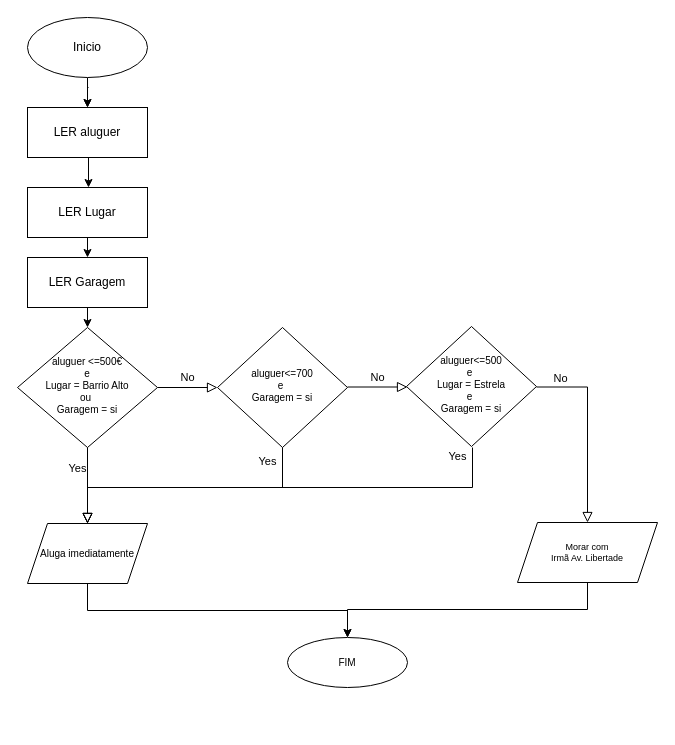
This is page "8.10 Rita aluguer" (6 of 7) of Lab 1.1  Fluxograma.drawio from Veronica-Sierralta/aprendiendo-redes, a draw.io file, before an edit. Source tidied: cells renumbered, new cells numbered last; positions are measured from the earlier drawing's top-left corner, leaving out a move shared by most shapes. Both pictures are drawn from the tidied source at 100%, with x=0, y=0 at pixel (17, 17).
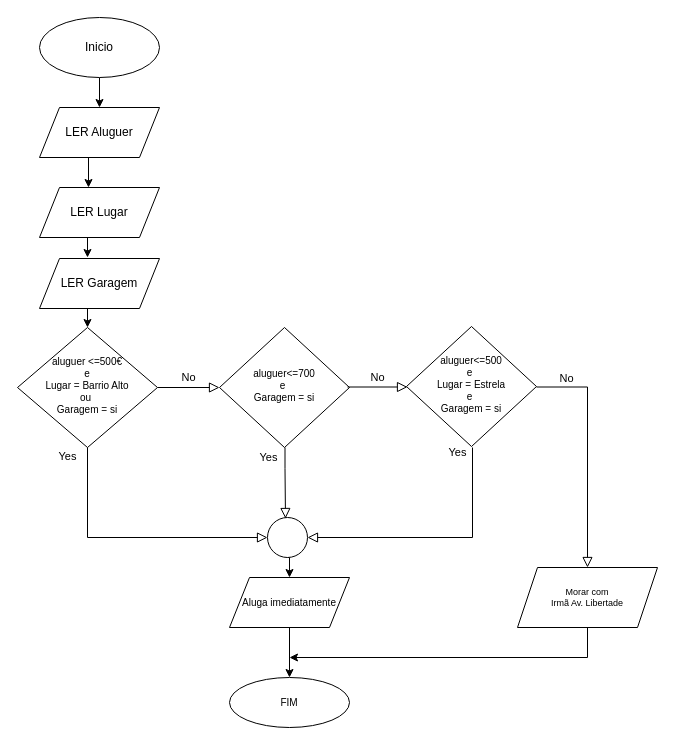
After the change.

Unchanged cells that the change refers to:
```xml
<mxCell id="4" value="aluguer &amp;lt;=500€&lt;br&gt;e&lt;br&gt;Lugar = Barrio Alto&lt;br&gt;ou&amp;nbsp;&lt;br&gt;Garagem = si" style="rhombus;whiteSpace=wrap;html=1;shadow=0;fontFamily=Helvetica;fontSize=10;align=center;strokeWidth=1;spacing=6;spacingTop=-4;" parent="1" vertex="1">
  <mxGeometry y="310" width="140" height="120" as="geometry" />
</mxCell>
```

The edit, as a diff of the source:
```diff
@@
-    <mxCell id="2" style="edgeStyle=orthogonalEdgeStyle;rounded=0;jettySize=auto;html=1;exitX=0.5;exitY=1;exitDx=0;exitDy=0;entryX=0.5;entryY=0;entryDx=0;entryDy=0;fontSize=10;" parent="1" edge="1" target="6">
-      <mxGeometry relative="1" as="geometry">
-        <mxPoint x="71" y="70" as="sourcePoint" />
-      </mxGeometry>
-    </mxCell>
@@
-    <mxCell id="5" style="edgeStyle=orthogonalEdgeStyle;rounded=0;jettySize=auto;html=1;exitX=0.5;exitY=1;exitDx=0;exitDy=0;entryX=0.5;entryY=0;entryDx=0;entryDy=0;fontSize=10;" parent="1" edge="1" source="6">
+    <mxCell id="5" style="edgeStyle=orthogonalEdgeStyle;rounded=0;orthogonalLoop=1;jettySize=auto;html=1;exitX=0.5;exitY=1;exitDx=0;exitDy=0;entryX=0.5;entryY=0;entryDx=0;entryDy=0;fontSize=10;" parent="1" edge="1">
       <mxGeometry relative="1" as="geometry">
+        <mxPoint x="70" y="140" as="sourcePoint" />
         <mxPoint x="71" y="170" as="targetPoint" />
       </mxGeometry>
     </mxCell>
-    <mxCell id="6" value="LER aluguer" style="rounded=0;whiteSpace=wrap;html=1;" parent="1" vertex="1">
-      <mxGeometry x="10" y="90" width="120" height="50" as="geometry" />
-    </mxCell>
-    <mxCell id="7" style="edgeStyle=orthogonalEdgeStyle;rounded=0;jettySize=auto;html=1;exitX=0.5;exitY=1;exitDx=0;exitDy=0;entryX=0.5;entryY=0;entryDx=0;entryDy=0;" parent="1" edge="1" source="8" target="21">
-      <mxGeometry relative="1" as="geometry" />
+    <mxCell id="7" style="edgeStyle=orthogonalEdgeStyle;rounded=0;orthogonalLoop=1;jettySize=auto;html=1;exitX=0.5;exitY=1;exitDx=0;exitDy=0;entryX=0.5;entryY=0;entryDx=0;entryDy=0;" parent="1" edge="1">
+      <mxGeometry relative="1" as="geometry">
+        <mxPoint x="70" y="220" as="sourcePoint" />
+        <mxPoint x="70" y="240" as="targetPoint" />
+      </mxGeometry>
     </mxCell>
-    <mxCell id="8" value="LER Lugar" style="rounded=0;whiteSpace=wrap;html=1;" parent="1" vertex="1">
-      <mxGeometry x="10" y="170" width="120" height="50" as="geometry" />
-    </mxCell>
-    <mxCell id="9" value="Yes" style="rounded=0;html=1;jettySize=auto;fontSize=11;endArrow=block;endFill=0;endSize=8;strokeWidth=1;shadow=0;labelBackgroundColor=none;edgeStyle=orthogonalEdgeStyle;exitX=0.5;exitY=1;exitDx=0;exitDy=0;entryX=0.5;entryY=0;entryDx=0;entryDy=0;" parent="1" edge="1" source="4" target="11">
-      <mxGeometry x="-0.45" y="-10" relative="1" as="geometry" />
+    <mxCell id="9" value="Yes" style="rounded=0;html=1;jettySize=auto;fontSize=11;endArrow=block;endFill=0;endSize=8;strokeWidth=1;shadow=0;labelBackgroundColor=none;edgeStyle=orthogonalEdgeStyle;exitX=0.5;exitY=1;exitDx=0;exitDy=0;entryX=0;entryY=0.5;entryDx=0;entryDy=0;" parent="1" edge="1" source="4" target="27">
+      <mxGeometry x="-0.93" y="-20" relative="1" as="geometry" />
     </mxCell>
@@
     <mxCell id="11" value="Aluga imediatamente" style="shape=parallelogram;perimeter=parallelogramPerimeter;whiteSpace=wrap;html=1;fixedSize=1;fontSize=10;" parent="1" vertex="1">
-      <mxGeometry x="10" y="506" width="120" height="60" as="geometry" />
+      <mxGeometry x="212" y="560" width="120" height="50" as="geometry" />
     </mxCell>
     <mxCell id="12" value="aluguer&amp;lt;=700&lt;br&gt;e&amp;nbsp;&lt;br&gt;Garagem = si" style="rhombus;whiteSpace=wrap;html=1;shadow=0;fontFamily=Helvetica;fontSize=10;align=center;strokeWidth=1;spacing=6;spacingTop=-4;" parent="1" vertex="1">
-      <mxGeometry x="200" y="310" width="130" height="120" as="geometry" />
+      <mxGeometry x="202" y="310" width="130" height="120" as="geometry" />
     </mxCell>
@@
     <mxCell id="15" value="FIM" style="ellipse;whiteSpace=wrap;html=1;fontSize=10;" parent="1" vertex="1">
-      <mxGeometry x="270" y="620" width="120" height="50" as="geometry" />
+      <mxGeometry x="212" y="660" width="120" height="50" as="geometry" />
     </mxCell>
-    <mxCell id="16" style="edgeStyle=orthogonalEdgeStyle;rounded=0;jettySize=auto;html=1;exitX=0.5;exitY=1;exitDx=0;exitDy=0;entryX=0.5;entryY=0;entryDx=0;entryDy=0;" parent="1" edge="1" source="17" target="15">
+    <mxCell id="16" style="edgeStyle=orthogonalEdgeStyle;rounded=0;jettySize=auto;html=1;exitX=0.5;exitY=1;exitDx=0;exitDy=0;" parent="1" edge="1" source="17">
       <mxGeometry relative="1" as="geometry">
+        <mxPoint x="272" y="640" as="targetPoint" />
         <Array as="points">
-          <mxPoint x="570" y="592" />
-          <mxPoint x="330" y="592" />
+          <mxPoint x="570" y="640" />
         </Array>
       </mxGeometry>
     </mxCell>
     <mxCell id="17" value="Morar com&lt;br&gt;Irmã Av. Libertade" style="shape=parallelogram;perimeter=parallelogramPerimeter;whiteSpace=wrap;html=1;fixedSize=1;fontSize=9;verticalAlign=middle;labelPosition=center;verticalLabelPosition=middle;align=center;" parent="1" vertex="1">
-      <mxGeometry x="500" y="505" width="140" height="60" as="geometry" />
+      <mxGeometry x="500" y="550" width="140" height="60" as="geometry" />
     </mxCell>
-    <mxCell id="18" style="edgeStyle=orthogonalEdgeStyle;rounded=0;jettySize=auto;html=1;" parent="1" edge="1" source="19" target="6">
-      <mxGeometry relative="1" as="geometry" />
-    </mxCell>
+    <mxCell id="25" style="edgeStyle=orthogonalEdgeStyle;rounded=0;jettySize=auto;html=1;exitX=0.5;exitY=1;exitDx=0;exitDy=0;entryX=0.5;entryY=0;entryDx=0;entryDy=0;" parent="1" edge="1" source="19" target="28">
+      <mxGeometry relative="1" as="geometry" />
+    </mxCell>
     <mxCell id="19" value="&lt;span&gt;Inicio&lt;/span&gt;" style="ellipse;whiteSpace=wrap;html=1;" parent="1" vertex="1">
-      <mxGeometry x="10" width="120" height="60" as="geometry" />
+      <mxGeometry x="22" width="120" height="60" as="geometry" />
     </mxCell>
-    <mxCell id="20" style="edgeStyle=orthogonalEdgeStyle;rounded=0;jettySize=auto;html=1;exitX=0.5;exitY=1;exitDx=0;exitDy=0;entryX=0.5;entryY=0;entryDx=0;entryDy=0;" parent="1" edge="1" source="21" target="4">
-      <mxGeometry relative="1" as="geometry" />
+    <mxCell id="20" style="edgeStyle=orthogonalEdgeStyle;rounded=0;jettySize=auto;html=1;exitX=0.5;exitY=1;exitDx=0;exitDy=0;entryX=0.5;entryY=0;entryDx=0;entryDy=0;" parent="1" edge="1" target="4">
+      <mxGeometry relative="1" as="geometry">
+        <mxPoint x="70" y="290" as="sourcePoint" />
+      </mxGeometry>
     </mxCell>
-    <mxCell id="21" value="LER Garagem" style="rounded=0;whiteSpace=wrap;html=1;" parent="1" vertex="1">
-      <mxGeometry x="10" y="240" width="120" height="50" as="geometry" />
-    </mxCell>
-    <mxCell id="22" value="Yes" style="rounded=0;html=1;jettySize=auto;fontSize=11;endArrow=block;endFill=0;endSize=8;strokeWidth=1;shadow=0;labelBackgroundColor=none;edgeStyle=orthogonalEdgeStyle;exitX=0.5;exitY=1;exitDx=0;exitDy=0;" parent="1" edge="1" source="12">
-      <mxGeometry x="-0.9" y="-15" relative="1" as="geometry">
-        <mxPoint x="70" y="506" as="targetPoint" />
-        <Array as="points">
-          <mxPoint x="265" y="470" />
-          <mxPoint x="70" y="470" />
-        </Array>
-      </mxGeometry>
-    </mxCell>
@@
-    <mxCell id="24" value="Yes" style="rounded=0;html=1;jettySize=auto;orthogonalLoop=1;fontSize=11;endArrow=block;endFill=0;endSize=8;strokeWidth=1;shadow=0;labelBackgroundColor=none;edgeStyle=orthogonalEdgeStyle;" parent="1" edge="1">
+    <mxCell id="24" value="Yes" style="rounded=0;html=1;jettySize=auto;fontSize=11;endArrow=block;endFill=0;endSize=8;strokeWidth=1;shadow=0;labelBackgroundColor=none;edgeStyle=orthogonalEdgeStyle;entryX=1;entryY=0.5;entryDx=0;entryDy=0;" parent="1" edge="1" target="27">
       <mxGeometry x="-0.96" y="-15" relative="1" as="geometry">
         <mxPoint x="455" y="430" as="sourcePoint" />
-        <mxPoint x="70" y="506" as="targetPoint" />
         <Array as="points">
-          <mxPoint x="455" y="470" />
-          <mxPoint x="70" y="470" />
+          <mxPoint x="455" y="520" />
         </Array>
       </mxGeometry>
     </mxCell>
+    <mxCell id="26" style="edgeStyle=orthogonalEdgeStyle;rounded=0;jettySize=auto;html=1;exitX=0.5;exitY=1;exitDx=0;exitDy=0;entryX=0.5;entryY=0;entryDx=0;entryDy=0;" parent="1" edge="1" source="27" target="11">
+      <mxGeometry relative="1" as="geometry" />
+    </mxCell>
+    <mxCell id="27" style="ellipse;whiteSpace=wrap;html=1;" parent="1" vertex="1">
+      <mxGeometry x="250" y="500" width="40" height="40" as="geometry" />
+    </mxCell>
+    <mxCell id="22" value="Yes" style="rounded=0;html=1;jettySize=auto;orthogonalLoop=1;fontSize=11;endArrow=block;endFill=0;endSize=8;strokeWidth=1;shadow=0;labelBackgroundColor=none;edgeStyle=orthogonalEdgeStyle;" parent="1" edge="1">
+      <mxGeometry x="-0.72" y="-17" relative="1" as="geometry">
+        <mxPoint x="267.5" y="430" as="sourcePoint" />
+        <mxPoint x="268" y="501" as="targetPoint" />
+        <Array as="points">
+          <mxPoint x="268" y="451" />
+          <mxPoint x="268" y="451" />
+        </Array>
+      </mxGeometry>
+    </mxCell>
+    <mxCell id="28" value="LER Aluguer" style="shape=parallelogram;perimeter=parallelogramPerimeter;whiteSpace=wrap;html=1;fixedSize=1;" parent="1" vertex="1">
+      <mxGeometry x="22" y="90" width="120" height="50" as="geometry" />
+    </mxCell>
+    <mxCell id="8" value="LER Lugar" style="shape=parallelogram;perimeter=parallelogramPerimeter;whiteSpace=wrap;html=1;fixedSize=1;" parent="1" vertex="1">
+      <mxGeometry x="22" y="170" width="120" height="50" as="geometry" />
+    </mxCell>
+    <mxCell id="21" value="LER Garagem" style="shape=parallelogram;perimeter=parallelogramPerimeter;whiteSpace=wrap;html=1;fixedSize=1;" parent="1" vertex="1">
+      <mxGeometry x="22" y="241" width="120" height="50" as="geometry" />
+    </mxCell>
```
